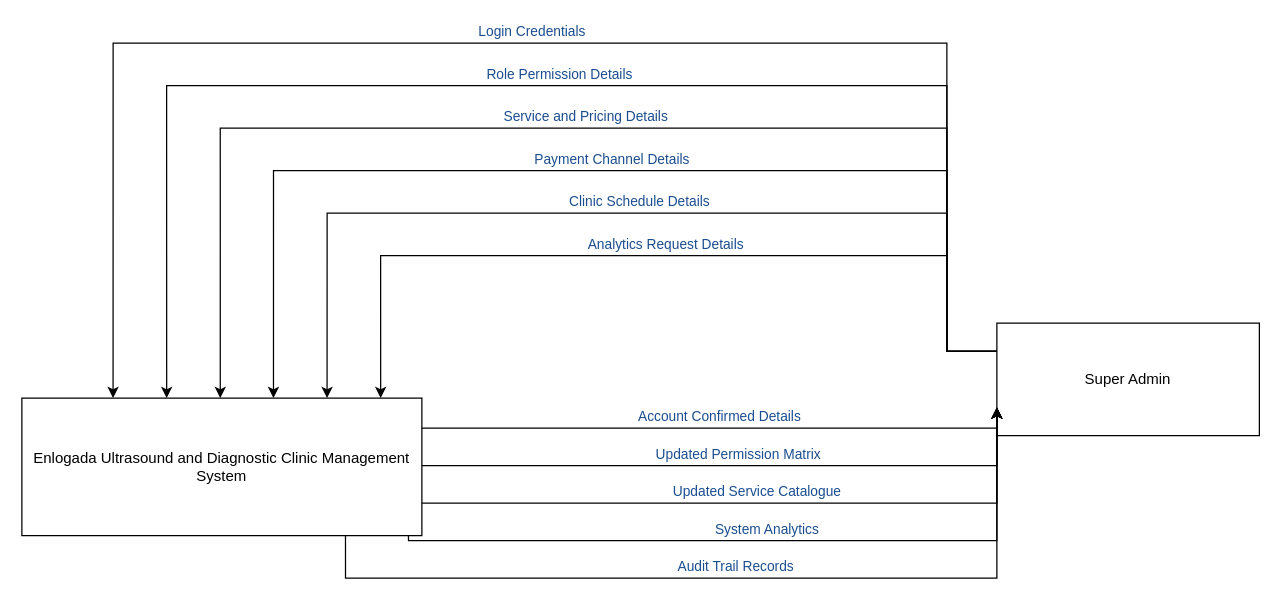
steven23lz/Enlogada-Clinic-Management-System keeps this draw.io diagram as page "Super Admin" (2 of 9) of docs/diagrams/dfd-level0.drawio. Above is the earlier version. Source tidied: cells renumbered, new cells numbered last; positions are measured from the earlier drawing's top-left corner, leaving out a move shared by most shapes. Both pictures are drawn from the tidied source at 125%, with x=0, y=0 at pixel (21, 42).
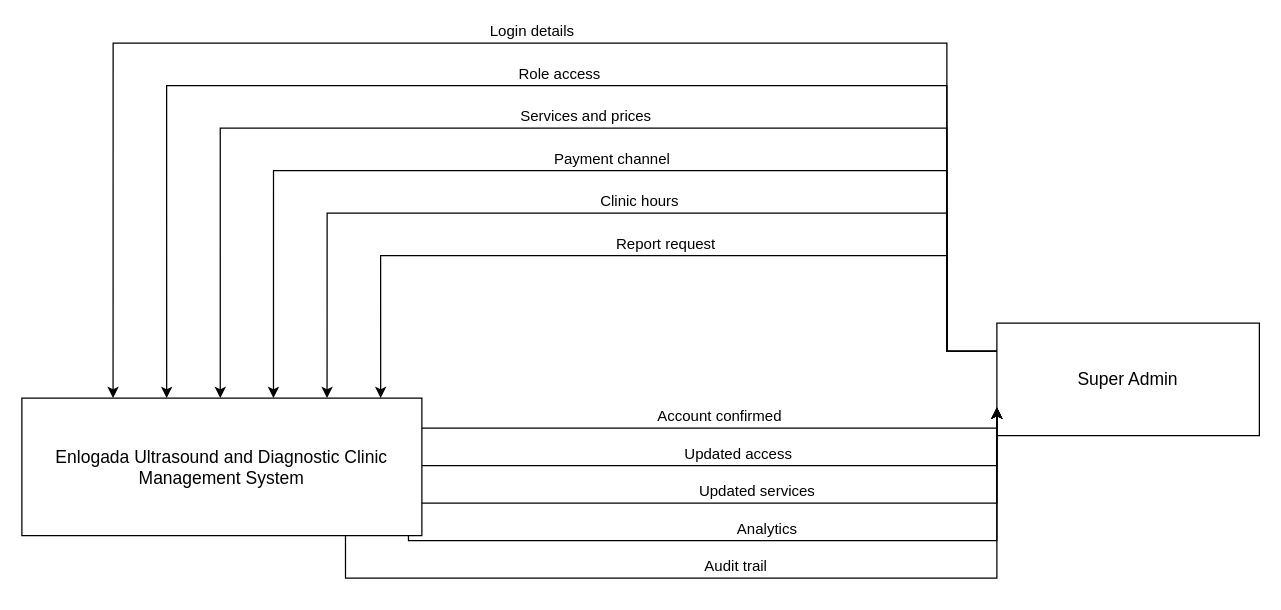
Above is the later version.

Diff of the diagram source:
```diff
@@
-    <mxCell id="2" value="Enlogada Ultrasound and Diagnostic Clinic Management System" style="rounded=0;whiteSpace=wrap;html=1;verticalAlign=middle;fontFamily=Helvetica;fontSize=12;" parent="1" vertex="1">
+    <mxCell id="2" value="Enlogada Ultrasound and Diagnostic Clinic Management System" style="rounded=0;whiteSpace=wrap;html=1;verticalAlign=middle;fontFamily=Helvetica;fontSize=14;fontColor=#000000;strokeColor=#000000;" parent="1" vertex="1">
       <mxGeometry y="284" width="320" height="110" as="geometry" />
     </mxCell>
-    <mxCell id="3" value="Super Admin" style="rounded=0;whiteSpace=wrap;html=1;fontFamily=Helvetica;fontSize=12;" parent="1" vertex="1">
+    <mxCell id="3" value="Super Admin" style="rounded=0;whiteSpace=wrap;html=1;fontFamily=Helvetica;fontSize=14;fontColor=#000000;strokeColor=#000000;" parent="1" vertex="1">
       <mxGeometry x="780" y="224" width="210" height="90" as="geometry" />
     </mxCell>
-    <mxCell id="4" value="Login Credentials" style="edgeStyle=orthogonalEdgeStyle;rounded=0;html=1;fontColor=#1A4D8F;verticalAlign=bottom;fontFamily=Helvetica;fontSize=11;exitX=0;exitY=0.25;exitDx=0;exitDy=0;entryX=0.228;entryY=0;entryDx=0;entryDy=0;" parent="1" edge="1" source="3" target="2">
+    <mxCell id="4" value="Login details" style="edgeStyle=orthogonalEdgeStyle;rounded=0;html=1;verticalAlign=bottom;fontFamily=Helvetica;fontSize=12;fontColor=#000000;strokeColor=#000000;exitX=0;exitY=0.25;exitDx=0;exitDy=0;entryX=0.228;entryY=0;entryDx=0;entryDy=0;" parent="1" edge="1" source="3" target="2">
       <mxGeometry relative="1" as="geometry">
         <Array as="points">
           <mxPoint x="740" />
           <mxPoint x="72.9" />
         </Array>
       </mxGeometry>
     </mxCell>
-    <mxCell id="5" value="Role Permission Details" style="edgeStyle=orthogonalEdgeStyle;rounded=0;html=1;fontColor=#1A4D8F;verticalAlign=bottom;fontFamily=Helvetica;fontSize=11;exitX=0;exitY=0.25;exitDx=0;exitDy=0;entryX=0.362;entryY=0;entryDx=0;entryDy=0;" parent="1" edge="1" source="3" target="2">
+    <mxCell id="5" value="Role access" style="edgeStyle=orthogonalEdgeStyle;rounded=0;html=1;verticalAlign=bottom;fontFamily=Helvetica;fontSize=12;fontColor=#000000;strokeColor=#000000;exitX=0;exitY=0.25;exitDx=0;exitDy=0;entryX=0.362;entryY=0;entryDx=0;entryDy=0;" parent="1" edge="1" source="3" target="2">
       <mxGeometry relative="1" as="geometry">
         <Array as="points">
           <mxPoint x="740" y="34" />
           <mxPoint x="115.7" y="34" />
         </Array>
       </mxGeometry>
     </mxCell>
-    <mxCell id="6" value="Service and Pricing Details" style="edgeStyle=orthogonalEdgeStyle;rounded=0;html=1;fontColor=#1A4D8F;verticalAlign=bottom;fontFamily=Helvetica;fontSize=11;exitX=0;exitY=0.25;exitDx=0;exitDy=0;entryX=0.496;entryY=0;entryDx=0;entryDy=0;" parent="1" edge="1" source="3" target="2">
+    <mxCell id="6" value="Services and prices" style="edgeStyle=orthogonalEdgeStyle;rounded=0;html=1;verticalAlign=bottom;fontFamily=Helvetica;fontSize=12;fontColor=#000000;strokeColor=#000000;exitX=0;exitY=0.25;exitDx=0;exitDy=0;entryX=0.496;entryY=0;entryDx=0;entryDy=0;" parent="1" edge="1" source="3" target="2">
       <mxGeometry relative="1" as="geometry">
         <Array as="points">
           <mxPoint x="740" y="68" />
           <mxPoint x="158.6" y="68" />
         </Array>
       </mxGeometry>
     </mxCell>
-    <mxCell id="7" value="Payment Channel Details" style="edgeStyle=orthogonalEdgeStyle;rounded=0;html=1;fontColor=#1A4D8F;verticalAlign=bottom;fontFamily=Helvetica;fontSize=11;exitX=0;exitY=0.25;exitDx=0;exitDy=0;entryX=0.629;entryY=0;entryDx=0;entryDy=0;" parent="1" edge="1" source="3" target="2">
+    <mxCell id="7" value="Payment channel" style="edgeStyle=orthogonalEdgeStyle;rounded=0;html=1;verticalAlign=bottom;fontFamily=Helvetica;fontSize=12;fontColor=#000000;strokeColor=#000000;exitX=0;exitY=0.25;exitDx=0;exitDy=0;entryX=0.629;entryY=0;entryDx=0;entryDy=0;" parent="1" edge="1" source="3" target="2">
       <mxGeometry relative="1" as="geometry">
         <Array as="points">
           <mxPoint x="740" y="102" />
           <mxPoint x="201.4" y="102" />
         </Array>
       </mxGeometry>
     </mxCell>
-    <mxCell id="8" value="Clinic Schedule Details" style="edgeStyle=orthogonalEdgeStyle;rounded=0;html=1;fontColor=#1A4D8F;verticalAlign=bottom;fontFamily=Helvetica;fontSize=11;exitX=0;exitY=0.25;exitDx=0;exitDy=0;entryX=0.763;entryY=0;entryDx=0;entryDy=0;" parent="1" edge="1" source="3" target="2">
+    <mxCell id="8" value="Clinic hours" style="edgeStyle=orthogonalEdgeStyle;rounded=0;html=1;verticalAlign=bottom;fontFamily=Helvetica;fontSize=12;fontColor=#000000;strokeColor=#000000;exitX=0;exitY=0.25;exitDx=0;exitDy=0;entryX=0.763;entryY=0;entryDx=0;entryDy=0;" parent="1" edge="1" source="3" target="2">
       <mxGeometry relative="1" as="geometry">
         <Array as="points">
           <mxPoint x="740" y="136" />
           <mxPoint x="244.3" y="136" />
         </Array>
       </mxGeometry>
     </mxCell>
-    <mxCell id="9" value="Analytics Request Details" style="edgeStyle=orthogonalEdgeStyle;rounded=0;html=1;fontColor=#1A4D8F;verticalAlign=bottom;fontFamily=Helvetica;fontSize=11;exitX=0;exitY=0.25;exitDx=0;exitDy=0;entryX=0.897;entryY=0;entryDx=0;entryDy=0;" parent="1" edge="1" source="3" target="2">
+    <mxCell id="9" value="Report request" style="edgeStyle=orthogonalEdgeStyle;rounded=0;html=1;verticalAlign=bottom;fontFamily=Helvetica;fontSize=12;fontColor=#000000;strokeColor=#000000;exitX=0;exitY=0.25;exitDx=0;exitDy=0;entryX=0.897;entryY=0;entryDx=0;entryDy=0;" parent="1" edge="1" source="3" target="2">
       <mxGeometry relative="1" as="geometry">
         <Array as="points">
           <mxPoint x="740" y="170" />
           <mxPoint x="287.1" y="170" />
         </Array>
       </mxGeometry>
     </mxCell>
-    <mxCell id="10" value="Account Confirmed Details" style="edgeStyle=orthogonalEdgeStyle;rounded=0;html=1;fontColor=#1A4D8F;verticalAlign=bottom;fontFamily=Helvetica;fontSize=11;exitX=1;exitY=0.218;exitDx=0;exitDy=0;entryX=0;entryY=0.75;entryDx=0;entryDy=0;" parent="1" edge="1" source="2" target="3">
+    <mxCell id="10" value="Account confirmed" style="edgeStyle=orthogonalEdgeStyle;rounded=0;html=1;verticalAlign=bottom;fontFamily=Helvetica;fontSize=12;fontColor=#000000;strokeColor=#000000;exitX=1;exitY=0.218;exitDx=0;exitDy=0;entryX=0;entryY=0.75;entryDx=0;entryDy=0;" parent="1" edge="1" source="2" target="3">
       <mxGeometry relative="1" as="geometry">
         <Array as="points">
           <mxPoint x="400" y="308" />
           <mxPoint x="740" y="308" />
         </Array>
       </mxGeometry>
     </mxCell>
-    <mxCell id="11" value="Updated Permission Matrix" style="edgeStyle=orthogonalEdgeStyle;rounded=0;html=1;fontColor=#1A4D8F;verticalAlign=bottom;fontFamily=Helvetica;fontSize=11;exitX=1;exitY=0.491;exitDx=0;exitDy=0;entryX=0;entryY=0.75;entryDx=0;entryDy=0;" parent="1" edge="1" source="2" target="3">
+    <mxCell id="11" value="Updated access" style="edgeStyle=orthogonalEdgeStyle;rounded=0;html=1;verticalAlign=bottom;fontFamily=Helvetica;fontSize=12;fontColor=#000000;strokeColor=#000000;exitX=1;exitY=0.491;exitDx=0;exitDy=0;entryX=0;entryY=0.75;entryDx=0;entryDy=0;" parent="1" edge="1" source="2" target="3">
       <mxGeometry relative="1" as="geometry">
         <Array as="points">
           <mxPoint x="400" y="338" />
           <mxPoint x="740" y="338" />
         </Array>
       </mxGeometry>
     </mxCell>
-    <mxCell id="12" value="Updated Service Catalogue" style="edgeStyle=orthogonalEdgeStyle;rounded=0;html=1;fontColor=#1A4D8F;verticalAlign=bottom;fontFamily=Helvetica;fontSize=11;exitX=1;exitY=0.764;exitDx=0;exitDy=0;entryX=0;entryY=0.75;entryDx=0;entryDy=0;" parent="1" edge="1" source="2" target="3">
+    <mxCell id="12" value="Updated services" style="edgeStyle=orthogonalEdgeStyle;rounded=0;html=1;verticalAlign=bottom;fontFamily=Helvetica;fontSize=12;fontColor=#000000;strokeColor=#000000;exitX=1;exitY=0.764;exitDx=0;exitDy=0;entryX=0;entryY=0.75;entryDx=0;entryDy=0;" parent="1" edge="1" source="2" target="3">
       <mxGeometry relative="1" as="geometry">
         <Array as="points">
           <mxPoint x="400" y="368" />
           <mxPoint x="740" y="368" />
         </Array>
       </mxGeometry>
     </mxCell>
-    <mxCell id="13" value="System Analytics" style="edgeStyle=orthogonalEdgeStyle;rounded=0;html=1;fontColor=#1A4D8F;verticalAlign=bottom;fontFamily=Helvetica;fontSize=11;exitX=1;exitY=1.036;exitDx=0;exitDy=0;entryX=0;entryY=0.75;entryDx=0;entryDy=0;" parent="1" edge="1" source="2" target="3">
+    <mxCell id="13" value="Analytics" style="edgeStyle=orthogonalEdgeStyle;rounded=0;html=1;verticalAlign=bottom;fontFamily=Helvetica;fontSize=12;fontColor=#000000;strokeColor=#000000;exitX=1;exitY=1.036;exitDx=0;exitDy=0;entryX=0;entryY=0.75;entryDx=0;entryDy=0;" parent="1" edge="1" source="2" target="3">
       <mxGeometry relative="1" as="geometry">
         <Array as="points">
           <mxPoint x="400" y="398" />
           <mxPoint x="740" y="398" />
         </Array>
       </mxGeometry>
     </mxCell>
-    <mxCell id="14" value="Audit Trail Records" style="edgeStyle=orthogonalEdgeStyle;rounded=0;html=1;fontColor=#1A4D8F;verticalAlign=bottom;fontFamily=Helvetica;fontSize=11;exitX=1;exitY=1.309;exitDx=0;exitDy=0;entryX=0;entryY=0.75;entryDx=0;entryDy=0;" parent="1" edge="1" source="2" target="3">
+    <mxCell id="14" value="Audit trail" style="edgeStyle=orthogonalEdgeStyle;rounded=0;html=1;verticalAlign=bottom;fontFamily=Helvetica;fontSize=12;fontColor=#000000;strokeColor=#000000;exitX=1;exitY=1.309;exitDx=0;exitDy=0;entryX=0;entryY=0.75;entryDx=0;entryDy=0;" parent="1" edge="1" source="2" target="3">
       <mxGeometry relative="1" as="geometry">
         <Array as="points">
           <mxPoint x="400" y="428" />
           <mxPoint x="740" y="428" />
         </Array>
       </mxGeometry>
     </mxCell>
```
